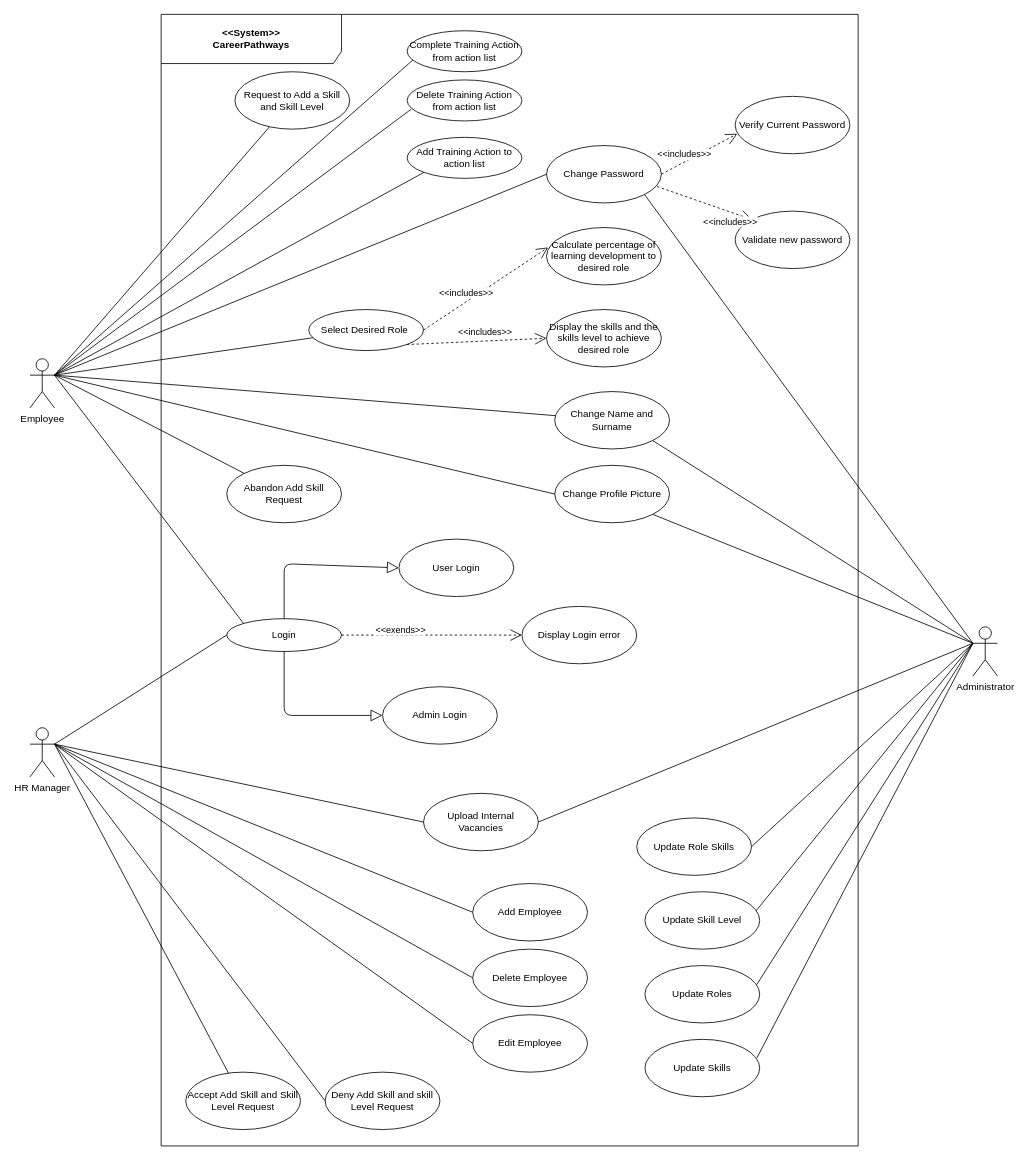
learningCurve89/WorkBasedPortfolios keeps this draw.io diagram as CareerPathways.drawio. Above is the earlier version. Source tidied: cells renumbered, new cells numbered last; positions are measured from the earlier drawing's top-left corner, leaving out a move shared by most shapes. Both pictures are drawn from the tidied source at 82%, with x=0, y=0 at pixel (30, 14).
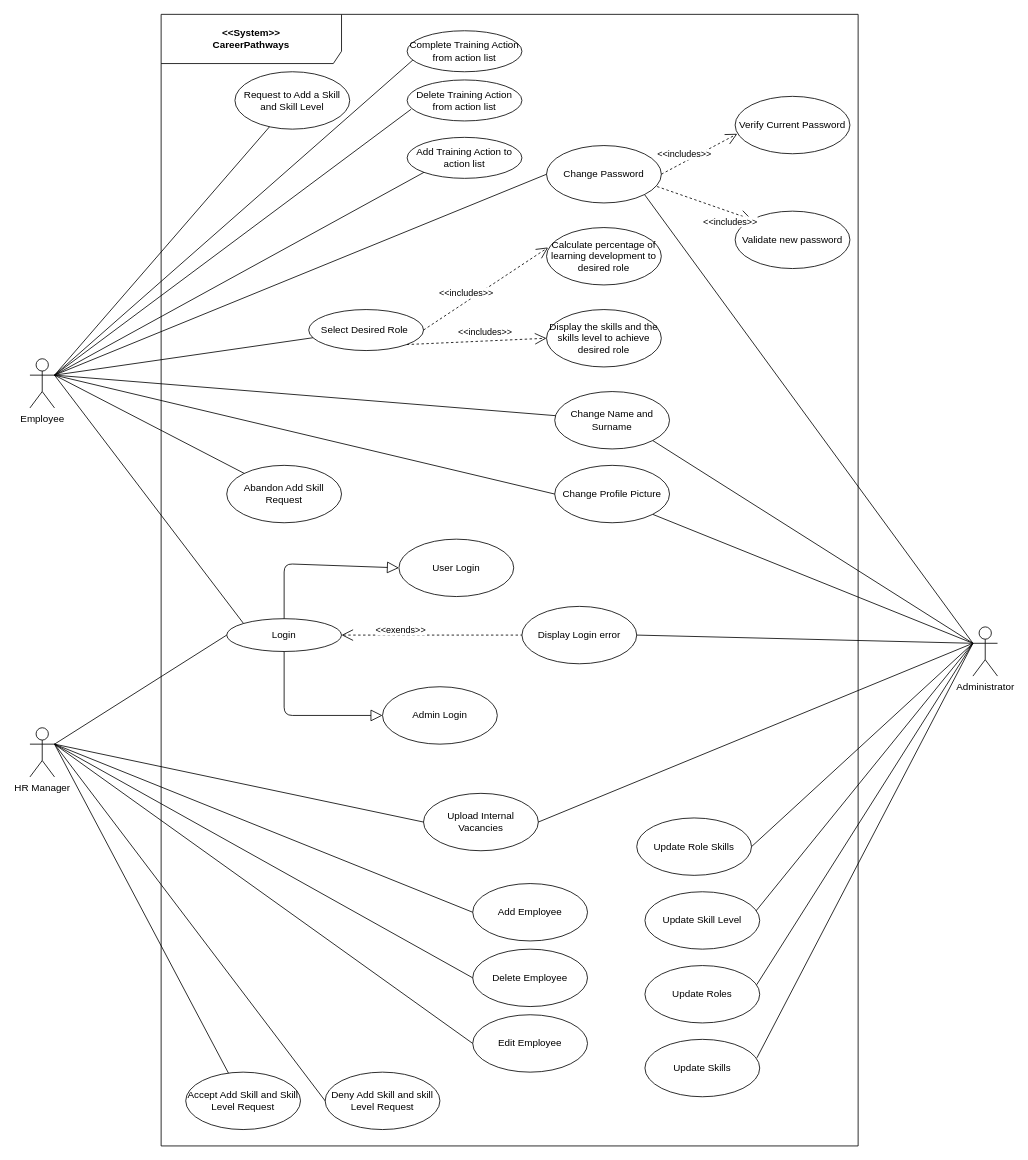
The same diagram, later.

Unchanged cells that the change refers to:
```xml
<mxCell id="5" value="Administrator" style="shape=umlActor;verticalLabelPosition=bottom;verticalAlign=top;html=1;" parent="1" vertex="1">
  <mxGeometry x="1150" y="747" width="30" height="60" as="geometry" />
</mxCell>
<mxCell id="6" value="Login" style="ellipse;whiteSpace=wrap;html=1;" parent="1" vertex="1">
  <mxGeometry x="240" y="737" width="140" height="40" as="geometry" />
</mxCell>
<mxCell id="14" value="Display Login error" style="ellipse;whiteSpace=wrap;html=1;" parent="1" vertex="1">
  <mxGeometry x="600" y="722" width="140" height="70" as="geometry" />
</mxCell>
```

What changed in the source:
```diff
@@
-    <mxCell id="51" style="endArrow=open;endFill=1;endSize=12;html=1;dashed=1;exitX=1;exitY=0.5;exitDx=0;exitDy=0;" parent="1" edge="1" source="6" target="14">
+    <mxCell id="51" style="endArrow=none;endFill=0;endSize=12;html=1;dashed=1;exitX=1;exitY=0.5;exitDx=0;exitDy=0;startArrow=open;startFill=0;startSize=12;" parent="1" edge="1" source="6" target="14">
       <mxGeometry relative="1" as="geometry" />
     </mxCell>
@@
+    <mxCell id="70" style="endArrow=none;endFill=0;endSize=12;html=1;exitX=0;exitY=0.3333333333333333;exitDx=0;exitDy=0;exitPerimeter=0;entryX=1;entryY=0.5;entryDx=0;entryDy=0;" parent="1" edge="1" source="5" target="14">
+      <mxGeometry relative="1" as="geometry" />
+    </mxCell>
```
